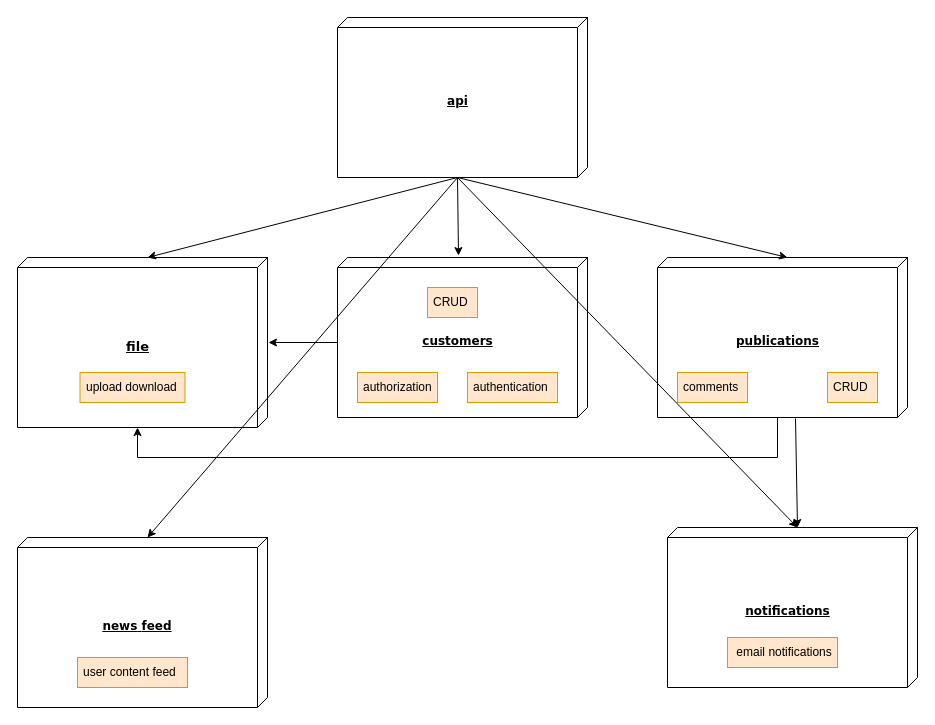
The draw.io diagram specification.drawio in htmlacademy-nestjs/1770169-readme-2, before the edit. Source tidied: cells renumbered, new cells numbered last; positions are measured from the earlier drawing's top-left corner, leaving out a move shared by most shapes. Both pictures are drawn from the tidied source at 100%, with x=0, y=0 at pixel (17, 17).
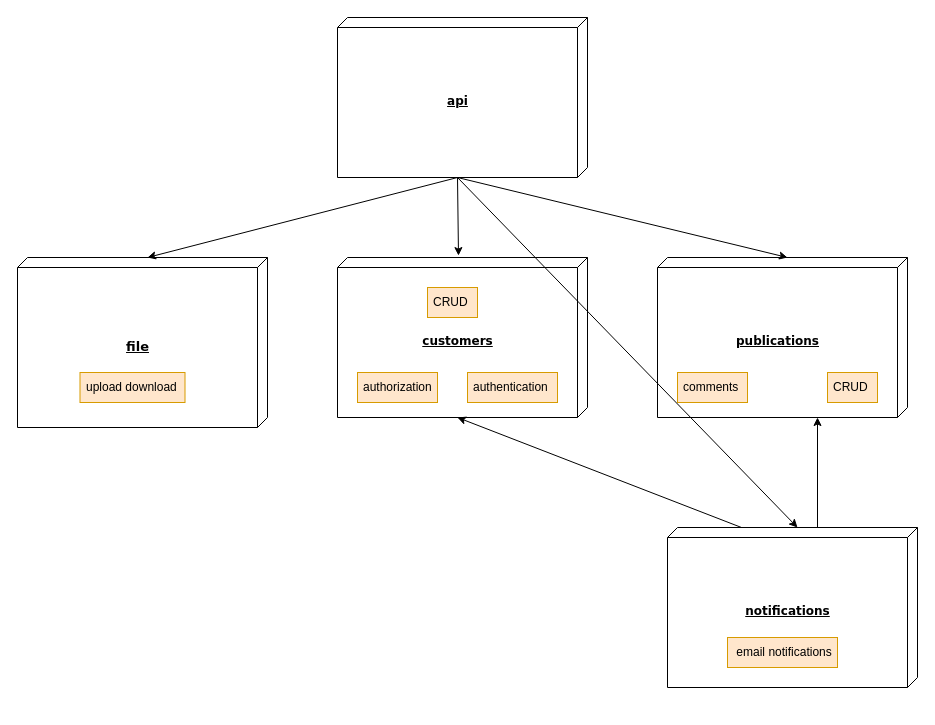
The same page after the edit.

Unchanged cells that the change refers to:
```xml
<mxCell id="2" value="customers" style="verticalAlign=middle;align=center;spacingTop=8;spacingLeft=2;spacingRight=12;shape=cube;size=10;direction=south;fontStyle=5;html=1;rounded=0;shadow=0;comic=0;labelBackgroundColor=none;strokeWidth=1;fontFamily=Verdana;fontSize=12;" parent="1" vertex="1">
  <mxGeometry x="320" y="240" width="250" height="160" as="geometry" />
</mxCell>
<mxCell id="3" value="publications" style="verticalAlign=middle;align=center;spacingTop=8;spacingLeft=2;spacingRight=12;shape=cube;size=10;direction=south;fontStyle=5;html=1;rounded=0;shadow=0;comic=0;labelBackgroundColor=none;strokeWidth=1;fontFamily=Verdana;fontSize=12;" parent="1" vertex="1">
  <mxGeometry x="640" y="240" width="250" height="160" as="geometry" />
</mxCell>
<mxCell id="4" value="notifications" style="verticalAlign=middle;align=center;spacingTop=8;spacingLeft=2;spacingRight=12;shape=cube;size=10;direction=south;fontStyle=5;html=1;rounded=0;shadow=0;comic=0;labelBackgroundColor=none;strokeWidth=1;fontFamily=Verdana;fontSize=12;" parent="1" vertex="1">
  <mxGeometry x="650" y="510" width="250" height="160" as="geometry" />
</mxCell>
<mxCell id="5" value="api" style="verticalAlign=middle;align=center;spacingTop=8;spacingLeft=2;spacingRight=12;shape=cube;size=10;direction=south;fontStyle=5;html=1;rounded=0;shadow=0;comic=0;labelBackgroundColor=none;strokeWidth=1;fontFamily=Verdana;fontSize=12;" parent="1" vertex="1">
  <mxGeometry x="320" width="250" height="160" as="geometry" />
</mxCell>
<mxCell id="7" value="&lt;span style=&quot;white-space: pre-wrap;&quot;&gt;file&lt;/span&gt;" style="verticalAlign=middle;align=center;spacingTop=8;spacingLeft=2;spacingRight=12;shape=cube;size=10;direction=south;fontStyle=5;html=1;rounded=0;shadow=0;comic=0;labelBackgroundColor=none;strokeWidth=1;fontFamily=Verdana;fontSize=13;horizontal=1;" parent="1" vertex="1">
  <mxGeometry y="240" width="250" height="170" as="geometry" />
</mxCell>
```

Change to the diagram source:
```diff
@@
-    <mxCell id="6" value="&lt;span style=&quot;white-space: pre-wrap;&quot; class=&quot;EzKURWReUAB5oZgtQNkl&quot;&gt;news&lt;/span&gt;&lt;span style=&quot;white-space: pre-wrap;&quot;&gt; &lt;/span&gt;&lt;span style=&quot;white-space: pre-wrap;&quot; class=&quot;EzKURWReUAB5oZgtQNkl&quot;&gt;feed&lt;/span&gt;" style="verticalAlign=middle;align=center;spacingTop=8;spacingLeft=2;spacingRight=12;shape=cube;size=10;direction=south;fontStyle=5;html=1;rounded=0;shadow=0;comic=0;labelBackgroundColor=none;strokeWidth=1;fontFamily=Verdana;fontSize=12;whiteSpace=wrap;" parent="1" vertex="1">
-      <mxGeometry y="520" width="250" height="170" as="geometry" />
-    </mxCell>
@@
-    <mxCell id="17" style="endArrow=classic;startArrow=none;html=1;rounded=0;exitX=0;exitY=0;exitDx=160;exitDy=130;exitPerimeter=0;entryX=0;entryY=0;entryDx=0;entryDy=120;entryPerimeter=0;startFill=0;" parent="1" edge="1" source="5" target="6">
-      <mxGeometry relative="1" as="geometry" />
-    </mxCell>
-    <mxCell id="18" value="&lt;span style=&quot;white-space-collapse: preserve;&quot;&gt;user content feed&lt;/span&gt;" style="text;strokeColor=#d79b00;fillColor=#ffe6cc;align=left;verticalAlign=middle;spacingLeft=4;spacingRight=4;overflow=hidden;whiteSpace=wrap;html=1;" parent="1" vertex="1">
-      <mxGeometry x="60" y="640" width="110" height="30" as="geometry" />
-    </mxCell>
@@
-    <mxCell id="21" style="endArrow=classic;startArrow=none;html=1;rounded=0;exitX=1.006;exitY=0.448;exitDx=0;exitDy=0;exitPerimeter=0;startFill=0;entryX=0;entryY=0;entryDx=0;entryDy=120;entryPerimeter=0;" parent="1" edge="1" source="3" target="4">
-      <mxGeometry relative="1" as="geometry" />
+    <mxCell id="21" style="endArrow=classic;startArrow=none;html=1;rounded=0;startFill=0;entryX=1;entryY=0.48;entryDx=0;entryDy=0;entryPerimeter=0;exitX=0;exitY=0.4;exitDx=0;exitDy=0;exitPerimeter=0;" parent="1" edge="1" source="4">
+      <mxGeometry relative="1" as="geometry">
+        <mxPoint x="800" y="400" as="targetPoint" />
+      </mxGeometry>
     </mxCell>
-    <mxCell id="22" style="endArrow=classic;startArrow=none;html=1;rounded=0;exitX=0;exitY=0;exitDx=85;exitDy=250;exitPerimeter=0;startFill=0;" parent="1" edge="1" source="2">
-      <mxGeometry relative="1" as="geometry">
-        <mxPoint x="251" y="325" as="targetPoint" />
-      </mxGeometry>
-    </mxCell>
-    <mxCell id="23" style="endArrow=classic;startArrow=none;html=1;rounded=0;exitX=0;exitY=0;exitDx=160;exitDy=130;exitPerimeter=0;startFill=0;entryX=0;entryY=0;entryDx=170;entryDy=130;entryPerimeter=0;" parent="1" edge="1" source="3" target="7">
-      <mxGeometry relative="1" as="geometry">
-        <Array as="points">
-          <mxPoint x="760" y="440" />
-          <mxPoint x="120" y="440" />
-        </Array>
-      </mxGeometry>
-    </mxCell>
+    <mxCell id="24" style="endArrow=classic;startArrow=none;html=1;rounded=0;startFill=0;entryX=0;entryY=0;entryDx=160;entryDy=130;entryPerimeter=0;exitX=0;exitY=0.704;exitDx=0;exitDy=0;exitPerimeter=0;" parent="1" edge="1" source="4" target="2">
+      <mxGeometry relative="1" as="geometry" />
+    </mxCell>
```
